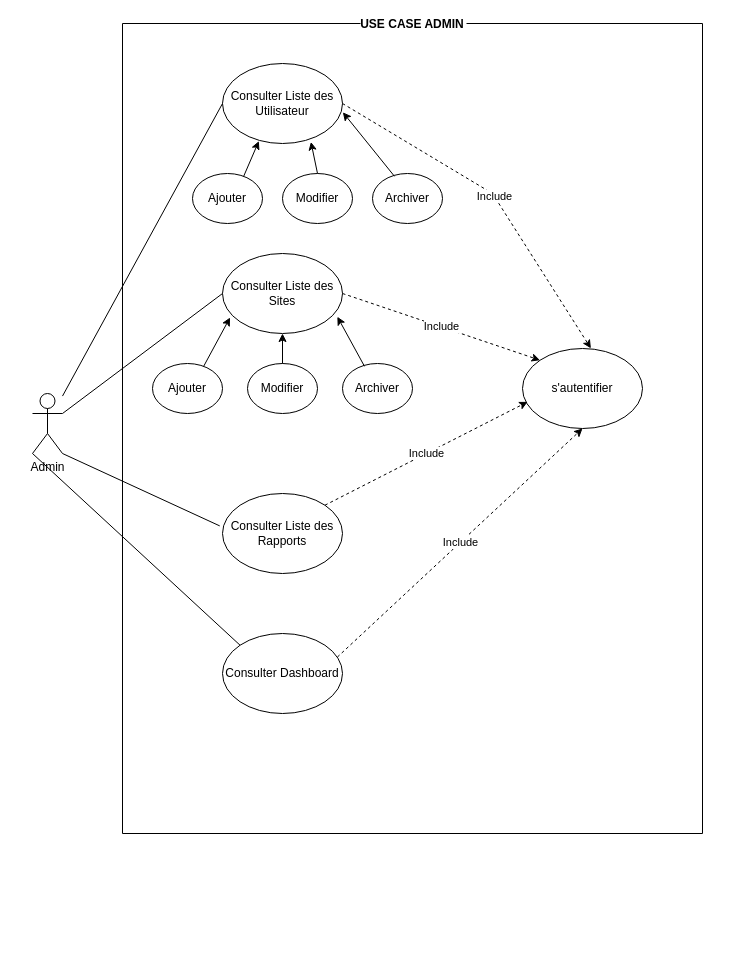
Above: page "Admin" (4 of 4) of Conception/USE_CASE.drawio in Belakebi-Amine/djezzy_supervision (draw.io), before the change. Source tidied: cells renumbered, new cells numbered last; positions are measured from the earlier drawing's top-left corner, leaving out a move shared by most shapes. Both pictures are drawn from the tidied source at 100%, with x=0, y=0 at pixel (32, 23).
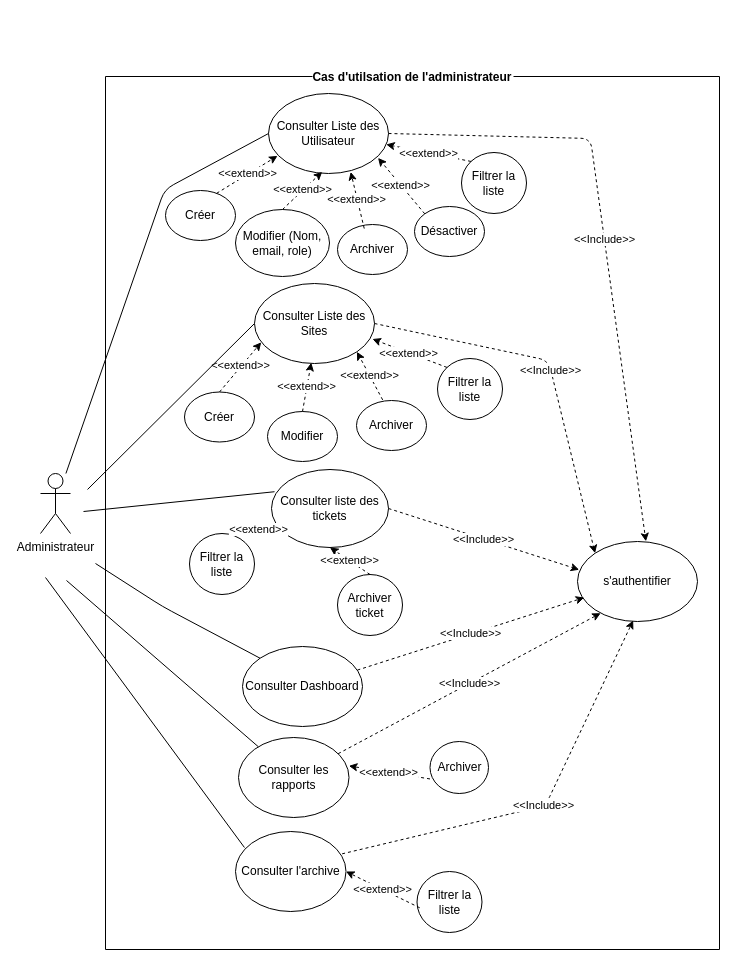
Above is the later version.

What changed in the source:
```diff
@@
-    <mxCell id="2" value="Admin" style="shape=umlActor;verticalLabelPosition=bottom;verticalAlign=top;html=1;outlineConnect=0;" parent="1" vertex="1">
-      <mxGeometry y="370" width="30" height="60" as="geometry" />
+    <mxCell id="2" value="Administrateur" style="shape=umlActor;verticalLabelPosition=bottom;verticalAlign=top;html=1;outlineConnect=0;" parent="1" vertex="1">
+      <mxGeometry x="8" y="450" width="30" height="60" as="geometry" />
     </mxCell>
-    <mxCell id="3" value="USE CASE ADMIN" style="swimlane;startSize=0;labelBackgroundColor=default;" parent="1" vertex="1">
-      <mxGeometry x="90" width="580" height="810" as="geometry" />
+    <mxCell id="3" value="Cas d'utilsation de l'administrateur" style="swimlane;startSize=0;labelBackgroundColor=default;" parent="1" vertex="1">
+      <mxGeometry x="73" y="53" width="614" height="873" as="geometry" />
     </mxCell>
     <mxCell id="4" value="Consulter Liste des Utilisateur" style="ellipse;whiteSpace=wrap;html=1;" parent="3" vertex="1">
-      <mxGeometry x="100" y="40" width="120" height="80" as="geometry" />
+      <mxGeometry x="163" y="17" width="120" height="80" as="geometry" />
     </mxCell>
-    <mxCell id="5" value="Consulter Dashboard" style="ellipse;whiteSpace=wrap;html=1;" parent="3" vertex="1">
-      <mxGeometry x="100" y="610" width="120" height="80" as="geometry" />
-    </mxCell>
-    <mxCell id="6" value="Consulter Liste des Rapports" style="ellipse;whiteSpace=wrap;html=1;" parent="3" vertex="1">
-      <mxGeometry x="100" y="470" width="120" height="80" as="geometry" />
-    </mxCell>
-    <mxCell id="7" value="Modifier" style="ellipse;whiteSpace=wrap;html=1;" parent="3" vertex="1">
-      <mxGeometry x="160" y="150" width="70" height="50" as="geometry" />
+    <mxCell id="7" value="Modifier (Nom, email, role)" style="ellipse;whiteSpace=wrap;html=1;" parent="3" vertex="1">
+      <mxGeometry x="130" y="133" width="94" height="67" as="geometry" />
     </mxCell>
     <mxCell id="8" value="Archiver" style="ellipse;whiteSpace=wrap;html=1;" parent="3" vertex="1">
-      <mxGeometry x="250" y="150" width="70" height="50" as="geometry" />
+      <mxGeometry x="232" y="148" width="70" height="50" as="geometry" />
     </mxCell>
-    <mxCell id="9" value="Ajouter" style="ellipse;whiteSpace=wrap;html=1;" parent="3" vertex="1">
-      <mxGeometry x="70" y="150" width="70" height="50" as="geometry" />
+    <mxCell id="9" value="Créer" style="ellipse;whiteSpace=wrap;html=1;" parent="3" vertex="1">
+      <mxGeometry x="60" y="114" width="70" height="50" as="geometry" />
     </mxCell>
-    <mxCell id="10" style="endArrow=classic;html=1;exitX=0.5;exitY=0;exitDx=0;exitDy=0;entryX=0.737;entryY=0.98;entryDx=0;entryDy=0;entryPerimeter=0;" parent="3" edge="1" source="7" target="4">
-      <mxGeometry relative="1" as="geometry" />
-    </mxCell>
-    <mxCell id="11" style="endArrow=classic;html=1;entryX=0.303;entryY=0.97;entryDx=0;entryDy=0;entryPerimeter=0;exitX=0.731;exitY=0.056;exitDx=0;exitDy=0;exitPerimeter=0;" parent="3" edge="1" source="9" target="4">
+    <mxCell id="11" style="endArrow=classic;html=1;entryX=0.075;entryY=0.78;entryDx=0;entryDy=0;entryPerimeter=0;exitX=0.731;exitY=0.056;exitDx=0;exitDy=0;exitPerimeter=0;dashed=1;" parent="3" edge="1" source="9" target="4">
       <mxGeometry relative="1" as="geometry" />
     </mxCell>
-    <mxCell id="12" style="endArrow=classic;html=1;entryX=1.003;entryY=0.61;entryDx=0;entryDy=0;entryPerimeter=0;exitX=0.314;exitY=0.056;exitDx=0;exitDy=0;exitPerimeter=0;" parent="3" edge="1" source="8" target="4">
-      <mxGeometry relative="1" as="geometry" />
-    </mxCell>
+    <mxCell id="29" value="&amp;lt;&amp;lt;extend&amp;gt;&amp;gt;" style="edgeLabel;html=1;align=center;verticalAlign=middle;" parent="11" vertex="1">
+      <mxGeometry x="0.02" y="1" relative="1" as="geometry">
+        <mxPoint y="-1" as="offset" />
+      </mxGeometry>
+    </mxCell>
     <mxCell id="13" value="Consulter Liste des Sites" style="ellipse;whiteSpace=wrap;html=1;" parent="3" vertex="1">
-      <mxGeometry x="100" y="230" width="120" height="80" as="geometry" />
+      <mxGeometry x="149" y="207" width="120" height="80" as="geometry" />
     </mxCell>
     <mxCell id="14" value="Modifier" style="ellipse;whiteSpace=wrap;html=1;" parent="3" vertex="1">
-      <mxGeometry x="125" y="340" width="70" height="50" as="geometry" />
+      <mxGeometry x="162" y="335" width="70" height="50" as="geometry" />
     </mxCell>
-    <mxCell id="15" value="&lt;span style=&quot;color: rgb(0, 0, 0);&quot;&gt;Archiver&lt;/span&gt;" style="ellipse;whiteSpace=wrap;html=1;" parent="3" vertex="1">
-      <mxGeometry x="220" y="340" width="70" height="50" as="geometry" />
+    <mxCell id="15" value="Archiver" style="ellipse;whiteSpace=wrap;html=1;" parent="3" vertex="1">
+      <mxGeometry x="251" y="324" width="70" height="50" as="geometry" />
     </mxCell>
-    <mxCell id="16" value="Ajouter" style="ellipse;whiteSpace=wrap;html=1;" parent="3" vertex="1">
-      <mxGeometry x="30" y="340" width="70" height="50" as="geometry" />
+    <mxCell id="16" value="Créer" style="ellipse;whiteSpace=wrap;html=1;" parent="3" vertex="1">
+      <mxGeometry x="79" y="315.5" width="70" height="50" as="geometry" />
     </mxCell>
-    <mxCell id="17" style="endArrow=classic;html=1;entryX=0.5;entryY=1;entryDx=0;entryDy=0;exitX=0.5;exitY=0;exitDx=0;exitDy=0;" parent="3" edge="1" source="14" target="13">
-      <mxGeometry relative="1" as="geometry" />
-    </mxCell>
-    <mxCell id="18" style="endArrow=classic;html=1;entryX=0.063;entryY=0.8;entryDx=0;entryDy=0;entryPerimeter=0;exitX=0.731;exitY=0.056;exitDx=0;exitDy=0;exitPerimeter=0;" parent="3" edge="1" source="16" target="13">
-      <mxGeometry relative="1" as="geometry" />
-    </mxCell>
-    <mxCell id="19" style="endArrow=classic;html=1;entryX=0.957;entryY=0.79;entryDx=0;entryDy=0;entryPerimeter=0;exitX=0.314;exitY=0.056;exitDx=0;exitDy=0;exitPerimeter=0;" parent="3" edge="1" source="15" target="13">
-      <mxGeometry relative="1" as="geometry" />
-    </mxCell>
-    <mxCell id="20" value="s'autentifier" style="ellipse;whiteSpace=wrap;html=1;" parent="3" vertex="1">
-      <mxGeometry x="400" y="325" width="120" height="80" as="geometry" />
+    <mxCell id="20" value="s'authentifier" style="ellipse;whiteSpace=wrap;html=1;" parent="3" vertex="1">
+      <mxGeometry x="472" y="465" width="120" height="80" as="geometry" />
     </mxCell>
-    <mxCell id="21" value="Include" style="endArrow=classic;dashed=1;html=1;entryX=0;entryY=0;entryDx=0;entryDy=0;exitX=1;exitY=0.5;exitDx=0;exitDy=0;endFill=1;" parent="3" edge="1" source="13" target="20">
-      <mxGeometry relative="1" as="geometry" />
+    <mxCell id="21" value="&amp;lt;&amp;lt;Include&amp;gt;&amp;gt;" style="endArrow=classic;dashed=1;html=1;entryX=0;entryY=0;entryDx=0;entryDy=0;exitX=1;exitY=0.5;exitDx=0;exitDy=0;endFill=1;" parent="3" edge="1" source="13" target="20">
+      <mxGeometry relative="1" as="geometry">
+        <Array as="points">
+          <mxPoint x="443" y="284" />
+        </Array>
+      </mxGeometry>
     </mxCell>
-    <mxCell id="22" value="Include" style="endArrow=classic;dashed=1;html=1;entryX=0.043;entryY=0.667;entryDx=0;entryDy=0;entryPerimeter=0;exitX=1;exitY=0;exitDx=0;exitDy=0;endFill=1;" parent="3" edge="1" source="6" target="20">
-      <mxGeometry relative="1" as="geometry" />
-    </mxCell>
-    <mxCell id="23" value="Include" style="endArrow=classic;dashed=1;html=1;entryX=0.57;entryY=-0.002;entryDx=0;entryDy=0;entryPerimeter=0;exitX=1;exitY=0.5;exitDx=0;exitDy=0;endFill=1;" parent="3" edge="1" source="4" target="20">
+    <mxCell id="23" value="&amp;lt;&amp;lt;Include&amp;gt;&amp;gt;" style="endArrow=classic;dashed=1;html=1;entryX=0.57;entryY=-0.002;entryDx=0;entryDy=0;entryPerimeter=0;exitX=1;exitY=0.5;exitDx=0;exitDy=0;endFill=1;" parent="3" edge="1" source="4" target="20">
       <mxGeometry relative="1" as="geometry">
         <Array as="points">
-          <mxPoint x="370" y="170" />
+          <mxPoint x="485" y="62" />
         </Array>
       </mxGeometry>
     </mxCell>
+    <mxCell id="10" style="endArrow=classic;html=1;entryX=0.447;entryY=0.98;entryDx=0;entryDy=0;entryPerimeter=0;exitX=0.5;exitY=0;exitDx=0;exitDy=0;dashed=1;" parent="3" edge="1" source="7" target="4">
+      <mxGeometry relative="1" as="geometry" />
+    </mxCell>
+    <mxCell id="30" value="&amp;lt;&amp;lt;extend&amp;gt;&amp;gt;" style="edgeLabel;html=1;align=center;verticalAlign=middle;" parent="10" vertex="1">
+      <mxGeometry x="0.02" y="1" relative="1" as="geometry">
+        <mxPoint y="-1" as="offset" />
+      </mxGeometry>
+    </mxCell>
+    <mxCell id="12" style="endArrow=classic;html=1;entryX=0.685;entryY=0.98;entryDx=0;entryDy=0;entryPerimeter=0;exitX=0.382;exitY=0.081;exitDx=0;exitDy=0;dashed=1;exitPerimeter=0;" parent="3" edge="1" source="8" target="4">
+      <mxGeometry relative="1" as="geometry" />
+    </mxCell>
+    <mxCell id="31" value="&amp;lt;&amp;lt;extend&amp;gt;&amp;gt;" style="edgeLabel;html=1;align=center;verticalAlign=middle;" parent="12" vertex="1">
+      <mxGeometry x="0.02" y="1" relative="1" as="geometry">
+        <mxPoint y="-1" as="offset" />
+      </mxGeometry>
+    </mxCell>
+    <mxCell id="32" value="Filtrer la liste" style="ellipse;whiteSpace=wrap;html=1;" parent="3" vertex="1">
+      <mxGeometry x="356" y="76" width="65" height="61" as="geometry" />
+    </mxCell>
+    <mxCell id="33" style="endArrow=classic;html=1;exitX=0;exitY=0;exitDx=0;exitDy=0;dashed=1;" parent="3" edge="1" source="32" target="4">
+      <mxGeometry relative="1" as="geometry" />
+    </mxCell>
+    <mxCell id="34" value="&amp;lt;&amp;lt;extend&amp;gt;&amp;gt;" style="edgeLabel;html=1;align=center;verticalAlign=middle;" parent="33" vertex="1">
+      <mxGeometry x="0.02" y="1" relative="1" as="geometry">
+        <mxPoint y="-1" as="offset" />
+      </mxGeometry>
+    </mxCell>
+    <mxCell id="18" style="endArrow=classic;html=1;entryX=0.056;entryY=0.735;entryDx=0;entryDy=0;entryPerimeter=0;exitX=0.5;exitY=0;exitDx=0;exitDy=0;dashed=1;" parent="3" edge="1" source="16" target="13">
+      <mxGeometry relative="1" as="geometry" />
+    </mxCell>
+    <mxCell id="35" value="&amp;lt;&amp;lt;extend&amp;gt;&amp;gt;" style="edgeLabel;html=1;align=center;verticalAlign=middle;" parent="18" vertex="1">
+      <mxGeometry x="0.02" y="1" relative="1" as="geometry">
+        <mxPoint y="-1" as="offset" />
+      </mxGeometry>
+    </mxCell>
+    <mxCell id="17" style="endArrow=classic;html=1;entryX=0.473;entryY=0.99;entryDx=0;entryDy=0;entryPerimeter=0;exitX=0.5;exitY=0;exitDx=0;exitDy=0;dashed=1;" parent="3" edge="1" source="14" target="13">
+      <mxGeometry relative="1" as="geometry" />
+    </mxCell>
+    <mxCell id="36" value="&amp;lt;&amp;lt;extend&amp;gt;&amp;gt;" style="edgeLabel;html=1;align=center;verticalAlign=middle;" parent="17" vertex="1">
+      <mxGeometry x="0.02" y="1" relative="1" as="geometry">
+        <mxPoint y="-1" as="offset" />
+      </mxGeometry>
+    </mxCell>
+    <mxCell id="19" style="endArrow=classic;html=1;entryX=1;entryY=1;entryDx=0;entryDy=0;exitX=0.374;exitY=-0.012;exitDx=0;exitDy=0;dashed=1;exitPerimeter=0;" parent="3" edge="1" source="15" target="13">
+      <mxGeometry relative="1" as="geometry" />
+    </mxCell>
+    <mxCell id="37" value="&amp;lt;&amp;lt;extend&amp;gt;&amp;gt;" style="edgeLabel;html=1;align=center;verticalAlign=middle;" parent="19" vertex="1">
+      <mxGeometry x="0.02" y="1" relative="1" as="geometry">
+        <mxPoint y="-1" as="offset" />
+      </mxGeometry>
+    </mxCell>
+    <mxCell id="38" value="Filtrer la liste" style="ellipse;whiteSpace=wrap;html=1;" parent="3" vertex="1">
+      <mxGeometry x="332" y="282" width="65" height="61" as="geometry" />
+    </mxCell>
+    <mxCell id="39" style="endArrow=classic;html=1;entryX=0.983;entryY=0.694;entryDx=0;entryDy=0;exitX=0;exitY=0;exitDx=0;exitDy=0;dashed=1;entryPerimeter=0;" parent="3" edge="1" source="38" target="13">
+      <mxGeometry relative="1" as="geometry" />
+    </mxCell>
+    <mxCell id="40" value="&amp;lt;&amp;lt;extend&amp;gt;&amp;gt;" style="edgeLabel;html=1;align=center;verticalAlign=middle;" parent="39" vertex="1">
+      <mxGeometry x="0.02" y="1" relative="1" as="geometry">
+        <mxPoint y="-1" as="offset" />
+      </mxGeometry>
+    </mxCell>
+    <mxCell id="41" value="Consulter liste des tickets" style="ellipse;whiteSpace=wrap;html=1;" parent="3" vertex="1">
+      <mxGeometry x="166" y="393" width="117" height="78" as="geometry" />
+    </mxCell>
+    <mxCell id="42" value="Filtrer la liste" style="ellipse;whiteSpace=wrap;html=1;" parent="3" vertex="1">
+      <mxGeometry x="84" y="457" width="65" height="61" as="geometry" />
+    </mxCell>
+    <mxCell id="43" style="endArrow=classic;html=1;entryX=0.06;entryY=0.756;entryDx=0;entryDy=0;exitX=0.726;exitY=0.007;exitDx=0;exitDy=0;dashed=1;exitPerimeter=0;entryPerimeter=0;" parent="3" edge="1" source="42" target="41">
+      <mxGeometry relative="1" as="geometry" />
+    </mxCell>
+    <mxCell id="44" value="&amp;lt;&amp;lt;extend&amp;gt;&amp;gt;" style="edgeLabel;html=1;align=center;verticalAlign=middle;" parent="43" vertex="1">
+      <mxGeometry x="0.02" y="1" relative="1" as="geometry">
+        <mxPoint y="-1" as="offset" />
+      </mxGeometry>
+    </mxCell>
+    <mxCell id="45" value="Archiver ticket" style="ellipse;whiteSpace=wrap;html=1;" parent="3" vertex="1">
+      <mxGeometry x="232" y="498" width="65" height="61" as="geometry" />
+    </mxCell>
+    <mxCell id="46" style="endArrow=classic;html=1;entryX=0.5;entryY=1;entryDx=0;entryDy=0;exitX=0.5;exitY=0;exitDx=0;exitDy=0;dashed=1;" parent="3" edge="1" source="45" target="41">
+      <mxGeometry relative="1" as="geometry" />
+    </mxCell>
+    <mxCell id="47" value="&amp;lt;&amp;lt;extend&amp;gt;&amp;gt;" style="edgeLabel;html=1;align=center;verticalAlign=middle;" parent="46" vertex="1">
+      <mxGeometry x="0.02" y="1" relative="1" as="geometry">
+        <mxPoint y="-1" as="offset" />
+      </mxGeometry>
+    </mxCell>
+    <mxCell id="48" value="&amp;lt;&amp;lt;Include&amp;gt;&amp;gt;" style="endArrow=classic;dashed=1;html=1;entryX=0.014;entryY=0.353;entryDx=0;entryDy=0;exitX=1;exitY=0.5;exitDx=0;exitDy=0;endFill=1;entryPerimeter=0;" parent="3" edge="1" source="41" target="20">
+      <mxGeometry relative="1" as="geometry" />
+    </mxCell>
+    <mxCell id="49" value="Désactiver" style="ellipse;whiteSpace=wrap;html=1;" parent="3" vertex="1">
+      <mxGeometry x="309" y="130" width="70" height="50" as="geometry" />
+    </mxCell>
+    <mxCell id="50" style="endArrow=classic;html=1;entryX=0.913;entryY=0.805;entryDx=0;entryDy=0;entryPerimeter=0;exitX=0;exitY=0;exitDx=0;exitDy=0;dashed=1;" parent="3" edge="1" source="49" target="4">
+      <mxGeometry relative="1" as="geometry" />
+    </mxCell>
+    <mxCell id="51" value="&amp;lt;&amp;lt;extend&amp;gt;&amp;gt;" style="edgeLabel;html=1;align=center;verticalAlign=middle;" parent="50" vertex="1">
+      <mxGeometry x="0.02" y="1" relative="1" as="geometry">
+        <mxPoint y="-1" as="offset" />
+      </mxGeometry>
+    </mxCell>
+    <mxCell id="5" value="Consulter Dashboard" style="ellipse;whiteSpace=wrap;html=1;" parent="3" vertex="1">
+      <mxGeometry x="137" y="570" width="120" height="80" as="geometry" />
+    </mxCell>
-    <mxCell id="24" value="Include" style="endArrow=classic;dashed=1;html=1;entryX=0.5;entryY=1;entryDx=0;entryDy=0;endFill=1;exitX=0.957;exitY=0.295;exitDx=0;exitDy=0;exitPerimeter=0;" parent="3" edge="1" source="5" target="20">
+    <mxCell id="24" value="&amp;lt;&amp;lt;Include&amp;gt;&amp;gt;" style="endArrow=classic;dashed=1;html=1;entryX=0.056;entryY=0.701;entryDx=0;entryDy=0;endFill=1;exitX=0.957;exitY=0.295;exitDx=0;exitDy=0;exitPerimeter=0;entryPerimeter=0;" parent="3" edge="1" source="5" target="20">
       <mxGeometry relative="1" as="geometry" />
     </mxCell>
+    <mxCell id="52" value="Consulter les rapports" style="ellipse;whiteSpace=wrap;html=1;" parent="3" vertex="1">
+      <mxGeometry x="133" y="661" width="110.5" height="80" as="geometry" />
+    </mxCell>
+    <mxCell id="53" value="Archiver" style="ellipse;whiteSpace=wrap;html=1;" parent="3" vertex="1">
+      <mxGeometry x="324.5" y="665" width="58.5" height="52" as="geometry" />
+    </mxCell>
+    <mxCell id="54" style="endArrow=classic;html=1;dashed=1;entryX=0.999;entryY=0.355;entryDx=0;entryDy=0;entryPerimeter=0;exitX=0;exitY=0.72;exitDx=0;exitDy=0;exitPerimeter=0;" parent="3" edge="1" source="53" target="52">
+      <mxGeometry relative="1" as="geometry" />
+    </mxCell>
+    <mxCell id="55" value="&amp;lt;&amp;lt;extend&amp;gt;&amp;gt;" style="edgeLabel;html=1;align=center;verticalAlign=middle;" parent="54" vertex="1">
+      <mxGeometry x="0.02" y="1" relative="1" as="geometry">
+        <mxPoint y="-1" as="offset" />
+      </mxGeometry>
+    </mxCell>
+    <mxCell id="56" value="Consulter l'archive" style="ellipse;whiteSpace=wrap;html=1;" parent="3" vertex="1">
+      <mxGeometry x="130" y="755" width="110.5" height="80" as="geometry" />
+    </mxCell>
+    <mxCell id="57" value="Filtrer la liste" style="ellipse;whiteSpace=wrap;html=1;" parent="3" vertex="1">
+      <mxGeometry x="311.5" y="795" width="65" height="61" as="geometry" />
+    </mxCell>
+    <mxCell id="58" style="endArrow=classic;html=1;dashed=1;entryX=1;entryY=0.5;entryDx=0;entryDy=0;exitX=0.042;exitY=0.595;exitDx=0;exitDy=0;exitPerimeter=0;" parent="3" edge="1" source="57" target="56">
+      <mxGeometry relative="1" as="geometry" />
+    </mxCell>
+    <mxCell id="59" value="&amp;lt;&amp;lt;extend&amp;gt;&amp;gt;" style="edgeLabel;html=1;align=center;verticalAlign=middle;" parent="58" vertex="1">
+      <mxGeometry x="0.02" y="1" relative="1" as="geometry">
+        <mxPoint y="-1" as="offset" />
+      </mxGeometry>
+    </mxCell>
+    <mxCell id="60" value="&amp;lt;&amp;lt;Include&amp;gt;&amp;gt;" style="endArrow=classic;dashed=1;html=1;entryX=0.464;entryY=0.987;entryDx=0;entryDy=0;endFill=1;entryPerimeter=0;exitX=0.965;exitY=0.279;exitDx=0;exitDy=0;exitPerimeter=0;" parent="3" edge="1" source="56" target="20">
+      <mxGeometry relative="1" as="geometry">
+        <Array as="points">
+          <mxPoint x="440" y="729" />
+        </Array>
+      </mxGeometry>
+    </mxCell>
+    <mxCell id="61" value="&amp;lt;&amp;lt;Include&amp;gt;&amp;gt;" style="endArrow=classic;dashed=1;html=1;entryX=0.193;entryY=0.896;entryDx=0;entryDy=0;endFill=1;entryPerimeter=0;" parent="3" edge="1" source="52" target="20">
+      <mxGeometry relative="1" as="geometry" />
+    </mxCell>
     <mxCell id="25" style="endArrow=none;html=1;entryX=0;entryY=0.5;entryDx=0;entryDy=0;" parent="1" edge="1" source="2" target="4">
-      <mxGeometry relative="1" as="geometry" />
+      <mxGeometry relative="1" as="geometry">
+        <Array as="points">
+          <mxPoint x="132" y="166" />
+        </Array>
+      </mxGeometry>
     </mxCell>
-    <mxCell id="26" style="endArrow=none;html=1;entryX=0;entryY=0.5;entryDx=0;entryDy=0;exitX=1;exitY=0.3333333333333333;exitDx=0;exitDy=0;exitPerimeter=0;" parent="1" edge="1" source="2" target="13">
-      <mxGeometry relative="1" as="geometry" />
+    <mxCell id="26" style="endArrow=none;html=1;entryX=0;entryY=0.5;entryDx=0;entryDy=0;" parent="1" edge="1" target="13">
+      <mxGeometry relative="1" as="geometry">
+        <mxPoint x="55" y="466" as="sourcePoint" />
+      </mxGeometry>
     </mxCell>
-    <mxCell id="27" style="endArrow=none;html=1;entryX=1;entryY=1;entryDx=0;entryDy=0;entryPerimeter=0;exitX=-0.023;exitY=0.405;exitDx=0;exitDy=0;exitPerimeter=0;" parent="1" edge="1" source="6" target="2">
-      <mxGeometry relative="1" as="geometry" />
-    </mxCell>
-    <mxCell id="28" style="endArrow=none;html=1;entryX=0;entryY=0;entryDx=0;entryDy=0;exitX=0;exitY=1;exitDx=0;exitDy=0;exitPerimeter=0;" parent="1" edge="1" source="2" target="5">
-      <mxGeometry relative="1" as="geometry" />
+    <mxCell id="28" style="endArrow=none;html=1;entryX=0;entryY=0;entryDx=0;entryDy=0;" parent="1" edge="1" target="5">
+      <mxGeometry relative="1" as="geometry">
+        <mxPoint x="63" y="540" as="sourcePoint" />
+        <Array as="points">
+          <mxPoint x="130" y="583" />
+        </Array>
+      </mxGeometry>
     </mxCell>
+    <mxCell id="62" style="endArrow=none;html=1;entryX=0.026;entryY=0.285;entryDx=0;entryDy=0;entryPerimeter=0;" parent="1" edge="1" target="41">
+      <mxGeometry relative="1" as="geometry">
+        <mxPoint x="51" y="488" as="sourcePoint" />
+      </mxGeometry>
+    </mxCell>
+    <mxCell id="63" style="endArrow=none;html=1;" parent="1" edge="1" target="52">
+      <mxGeometry relative="1" as="geometry">
+        <mxPoint x="34" y="557" as="sourcePoint" />
+      </mxGeometry>
+    </mxCell>
+    <mxCell id="64" style="endArrow=none;html=1;entryX=0.081;entryY=0.2;entryDx=0;entryDy=0;entryPerimeter=0;" parent="1" edge="1" target="56">
+      <mxGeometry relative="1" as="geometry">
+        <mxPoint x="13" y="554" as="sourcePoint" />
+      </mxGeometry>
+    </mxCell>
```
